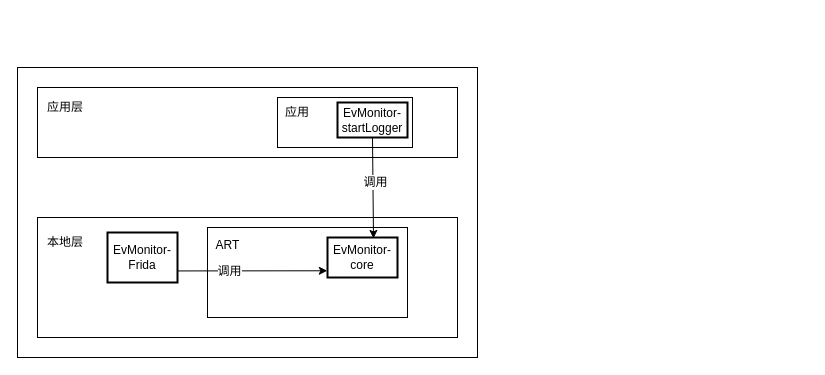
Before: thesis/figure_intermediate/em_overview.drawio in january147/Graduation_Project, a draw.io diagram. Source tidied: cells renumbered, new cells numbered last; positions are measured from the earlier drawing's top-left corner, leaving out a move shared by most shapes. Both pictures are drawn from the tidied source at 100%, with x=0, y=0 at pixel (17, 67).
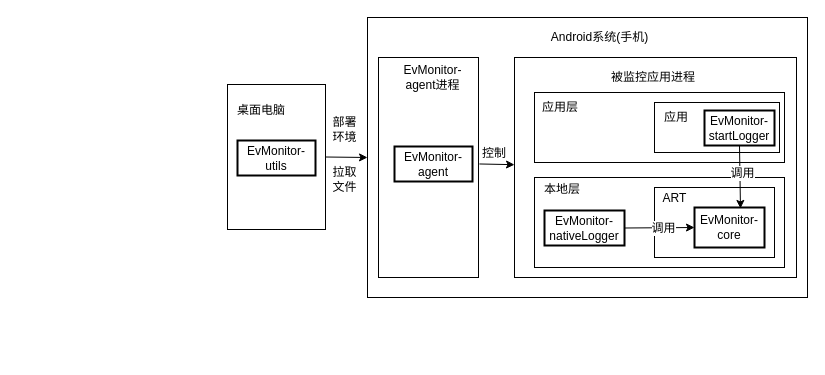
The same page after the edit.

The edit, as a diff of the source:
```diff
@@
-<mxGraphModel>
+<mxGraphModel background="#ffffff">
@@
-    <mxCell id="2" style="group;" parent="1" vertex="1">
-      <mxGeometry width="460" height="290" as="geometry" />
-    </mxCell>
+    <mxCell id="20" style="rounded=0;whiteSpace=wrap;html=1;fontSize=24;" parent="1" vertex="1">
+      <mxGeometry x="350" y="-50" width="440" height="280" as="geometry" />
+    </mxCell>
+    <mxCell id="21" value="Android系统(手机)" style="text;html=1;strokeColor=none;fillColor=none;align=center;verticalAlign=middle;whiteSpace=wrap;rounded=0;" parent="1" vertex="1">
+      <mxGeometry x="525" y="-40" width="115" height="20" as="geometry" />
+    </mxCell>
+    <mxCell id="22" style="endArrow=classic;html=1;fontSize=24;exitX=1;exitY=0.5;entryX=0;entryY=0.5;" parent="1" edge="1" source="29" target="20">
+      <mxGeometry relative="1" as="geometry" />
+    </mxCell>
+    <mxCell id="23" style="rounded=0;whiteSpace=wrap;html=1;" parent="1" vertex="1">
+      <mxGeometry x="361" y="-10" width="100" height="220" as="geometry" />
+    </mxCell>
-    <mxCell id="3" style="rounded=0;whiteSpace=wrap;html=1;" parent="2" vertex="1">
-      <mxGeometry width="460" height="290" as="geometry" />
+    <mxCell id="3" style="rounded=0;whiteSpace=wrap;html=1;" parent="1" vertex="1">
+      <mxGeometry x="497" y="-10" width="282" height="220" as="geometry" />
     </mxCell>
-    <mxCell id="4" style="rounded=0;whiteSpace=wrap;html=1;" parent="2" vertex="1">
-      <mxGeometry x="20" y="150" width="420" height="120" as="geometry" />
+    <mxCell id="4" style="rounded=0;whiteSpace=wrap;html=1;" parent="1" vertex="1">
+      <mxGeometry x="517" y="110" width="250" height="90" as="geometry" />
     </mxCell>
-    <mxCell id="5" style="rounded=0;whiteSpace=wrap;html=1;" parent="2" vertex="1">
-      <mxGeometry x="20" y="20" width="420" height="70" as="geometry" />
+    <mxCell id="5" style="rounded=0;whiteSpace=wrap;html=1;" parent="1" vertex="1">
+      <mxGeometry x="517" y="25" width="250" height="70" as="geometry" />
     </mxCell>
-    <mxCell id="6" style="group;" parent="2" vertex="1">
-      <mxGeometry x="190" y="160" width="200" height="90" as="geometry" />
+    <mxCell id="6" style="group;" parent="1" vertex="1">
+      <mxGeometry x="557" y="120" width="200" height="90" as="geometry" />
     </mxCell>
     <mxCell id="7" style="rounded=0;whiteSpace=wrap;html=1;" parent="6" vertex="1">
-      <mxGeometry width="200" height="90" as="geometry" />
+      <mxGeometry x="80" width="120" height="70" as="geometry" />
     </mxCell>
     <mxCell id="8" value="ART" style="text;html=1;strokeColor=none;fillColor=none;align=center;verticalAlign=middle;whiteSpace=wrap;rounded=0;" parent="6" vertex="1">
-      <mxGeometry y="9" width="40.8" height="18" as="geometry" />
+      <mxGeometry x="80" y="2" width="40.8" height="18" as="geometry" />
     </mxCell>
-    <mxCell id="9" value="EvMonitor-core" style="rounded=0;whiteSpace=wrap;html=1;strokeWidth=2;" parent="2" vertex="1">
-      <mxGeometry x="310" y="170" width="70" height="40" as="geometry" />
+    <mxCell id="9" value="EvMonitor-core" style="rounded=0;whiteSpace=wrap;html=1;strokeWidth=2;" parent="6" vertex="1">
+      <mxGeometry x="120" y="20" width="70" height="40" as="geometry" />
     </mxCell>
-    <mxCell id="10" style="endArrow=classic;html=1;exitX=0.996;exitY=0.887;exitDx=0;exitDy=0;exitPerimeter=0;entryX=-0.003;entryY=0.832;entryDx=0;entryDy=0;entryPerimeter=0;" parent="2" edge="1" target="9">
-      <mxGeometry relative="1" as="geometry">
-        <mxPoint x="89.8" y="203.5" as="sourcePoint" />
-      </mxGeometry>
+    <mxCell id="10" style="endArrow=classic;html=1;exitX=1;exitY=0.5;exitDx=0;exitDy=0;entryDx=0;entryDy=0;entryX=0;entryY=0.5;" parent="1" edge="1" source="12" target="9">
+      <mxGeometry relative="1" as="geometry" />
     </mxCell>
@@
-    <mxCell id="12" value="EvMonitor-&lt;br&gt;Frida" style="rounded=0;whiteSpace=wrap;html=1;strokeWidth=2;" parent="2" vertex="1">
-      <mxGeometry x="90" y="165" width="70" height="50" as="geometry" />
+    <mxCell id="12" value="EvMonitor-nativeLogger&lt;br&gt;" style="rounded=0;whiteSpace=wrap;html=1;strokeWidth=2;" parent="1" vertex="1">
+      <mxGeometry x="527" y="143" width="80" height="35" as="geometry" />
     </mxCell>
-    <mxCell id="13" value="本地层" style="text;html=1;strokeColor=none;fillColor=none;align=center;verticalAlign=middle;whiteSpace=wrap;rounded=0;" parent="2" vertex="1">
-      <mxGeometry x="28" y="165" width="40" height="20" as="geometry" />
+    <mxCell id="13" value="本地层" style="text;html=1;strokeColor=none;fillColor=none;align=center;verticalAlign=middle;whiteSpace=wrap;rounded=0;" parent="1" vertex="1">
+      <mxGeometry x="525" y="112" width="40" height="20" as="geometry" />
     </mxCell>
-    <mxCell id="14" value="应用层" style="text;html=1;strokeColor=none;fillColor=none;align=center;verticalAlign=middle;whiteSpace=wrap;rounded=0;" parent="2" vertex="1">
-      <mxGeometry x="28" y="30" width="40" height="20" as="geometry" />
+    <mxCell id="14" value="应用层" style="text;html=1;strokeColor=none;fillColor=none;align=center;verticalAlign=middle;whiteSpace=wrap;rounded=0;" parent="1" vertex="1">
+      <mxGeometry x="523" y="30" width="40" height="20" as="geometry" />
     </mxCell>
-    <mxCell id="15" style="rounded=0;whiteSpace=wrap;html=1;strokeWidth=1;" parent="2" vertex="1">
-      <mxGeometry x="260" y="30" width="135" height="50" as="geometry" />
+    <mxCell id="15" style="rounded=0;whiteSpace=wrap;html=1;strokeWidth=1;" parent="1" vertex="1">
+      <mxGeometry x="637" y="35" width="125" height="50" as="geometry" />
     </mxCell>
-    <mxCell id="16" value="应用" style="text;html=1;strokeColor=none;fillColor=none;align=center;verticalAlign=middle;whiteSpace=wrap;rounded=0;" parent="2" vertex="1">
-      <mxGeometry x="260" y="35" width="40" height="20" as="geometry" />
+    <mxCell id="16" value="应用" style="text;html=1;strokeColor=none;fillColor=none;align=center;verticalAlign=middle;whiteSpace=wrap;rounded=0;" parent="1" vertex="1">
+      <mxGeometry x="639" y="40" width="40" height="20" as="geometry" />
     </mxCell>
-    <mxCell id="17" value="EvMonitor-startLogger" style="rounded=0;whiteSpace=wrap;html=1;strokeWidth=2;" parent="2" vertex="1">
-      <mxGeometry x="320" y="35" width="70" height="35" as="geometry" />
+    <mxCell id="17" value="EvMonitor-startLogger" style="rounded=0;whiteSpace=wrap;html=1;strokeWidth=2;" parent="1" vertex="1">
+      <mxGeometry x="687" y="43" width="70" height="35" as="geometry" />
     </mxCell>
-    <mxCell id="18" style="endArrow=classic;html=1;exitX=0.5;exitY=1;exitDx=0;exitDy=0;entryX=0.657;entryY=0.023;entryDx=0;entryDy=0;entryPerimeter=0;" parent="2" edge="1" source="17" target="9">
+    <mxCell id="18" style="endArrow=classic;html=1;exitX=0.5;exitY=1;exitDx=0;exitDy=0;entryX=0.657;entryY=0.023;entryDx=0;entryDy=0;entryPerimeter=0;" parent="1" edge="1" source="17" target="9">
       <mxGeometry relative="1" as="geometry" />
     </mxCell>
@@
+    <mxCell id="24" value="被监控应用进程" style="text;html=1;strokeColor=none;fillColor=none;align=center;verticalAlign=middle;whiteSpace=wrap;rounded=0;" parent="1" vertex="1">
+      <mxGeometry x="587" width="98" height="20" as="geometry" />
+    </mxCell>
+    <mxCell id="25" value="EvMonitor-agent&lt;br&gt;" style="rounded=0;whiteSpace=wrap;html=1;strokeWidth=2;" parent="1" vertex="1">
+      <mxGeometry x="377" y="79" width="78" height="35" as="geometry" />
+    </mxCell>
+    <mxCell id="26" value="EvMonitor-agent进程" style="text;html=1;strokeColor=none;fillColor=none;align=center;verticalAlign=middle;whiteSpace=wrap;rounded=0;" parent="1" vertex="1">
+      <mxGeometry x="376" width="79" height="20" as="geometry" />
+    </mxCell>
+    <mxCell id="27" style="endArrow=classic;html=1;fontSize=24;exitX=1.009;exitY=0.484;exitPerimeter=0;" parent="1" edge="1" source="23" target="3">
+      <mxGeometry relative="1" as="geometry" />
+    </mxCell>
+    <mxCell id="28" value="控制" style="text;html=1;strokeColor=none;fillColor=none;align=center;verticalAlign=middle;whiteSpace=wrap;rounded=0;" parent="1" vertex="1">
+      <mxGeometry x="457" y="76" width="40" height="20" as="geometry" />
+    </mxCell>
+    <mxCell id="29" style="rounded=0;whiteSpace=wrap;html=1;fontSize=24;" parent="1" vertex="1">
+      <mxGeometry x="210" y="17" width="98" height="145" as="geometry" />
+    </mxCell>
+    <mxCell id="30" value="EvMonitor-utils&lt;br&gt;" style="rounded=0;whiteSpace=wrap;html=1;strokeWidth=2;" parent="1" vertex="1">
+      <mxGeometry x="220" y="73" width="78" height="35" as="geometry" />
+    </mxCell>
+    <mxCell id="31" value="桌面电脑" style="text;html=1;strokeColor=none;fillColor=none;align=center;verticalAlign=middle;whiteSpace=wrap;rounded=0;" parent="1" vertex="1">
+      <mxGeometry x="210" y="33" width="68" height="20" as="geometry" />
+    </mxCell>
+    <mxCell id="32" value="部署&lt;div&gt;环境&lt;/div&gt;" style="text;html=1;strokeColor=none;fillColor=none;align=center;verticalAlign=middle;whiteSpace=wrap;rounded=0;" parent="1" vertex="1">
+      <mxGeometry x="313" y="52" width="29" height="20" as="geometry" />
+    </mxCell>
+    <mxCell id="33" value="拉取文件" style="text;html=1;strokeColor=none;fillColor=none;align=center;verticalAlign=middle;whiteSpace=wrap;rounded=0;" parent="1" vertex="1">
+      <mxGeometry x="313" y="102" width="29" height="20" as="geometry" />
+    </mxCell>
```
